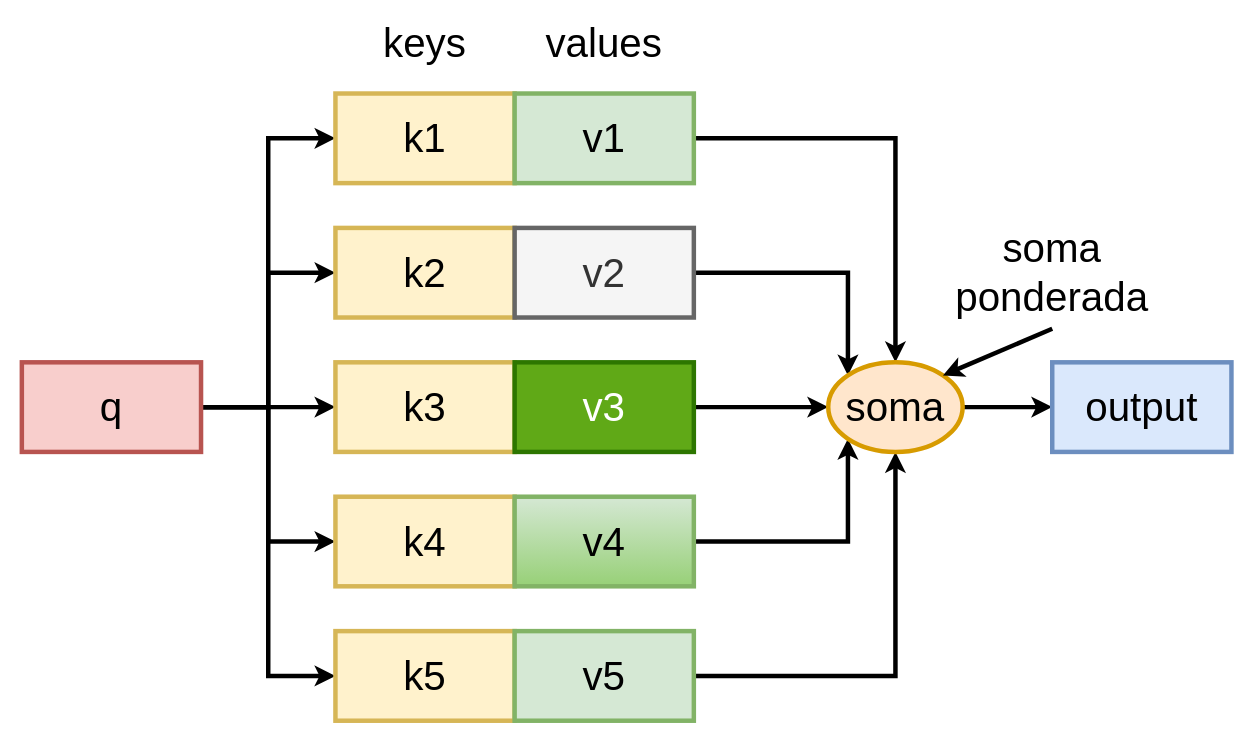
The draw.io diagram attention.drawio in viniciusrpb/drawio_flowcharts, before the edit. Source tidied: cells renumbered, new cells numbered last; positions are measured from the earlier drawing's top-left corner, leaving out a move shared by most shapes. Both pictures are drawn from the tidied source at 112%, with x=0, y=0 at pixel (21, 26).
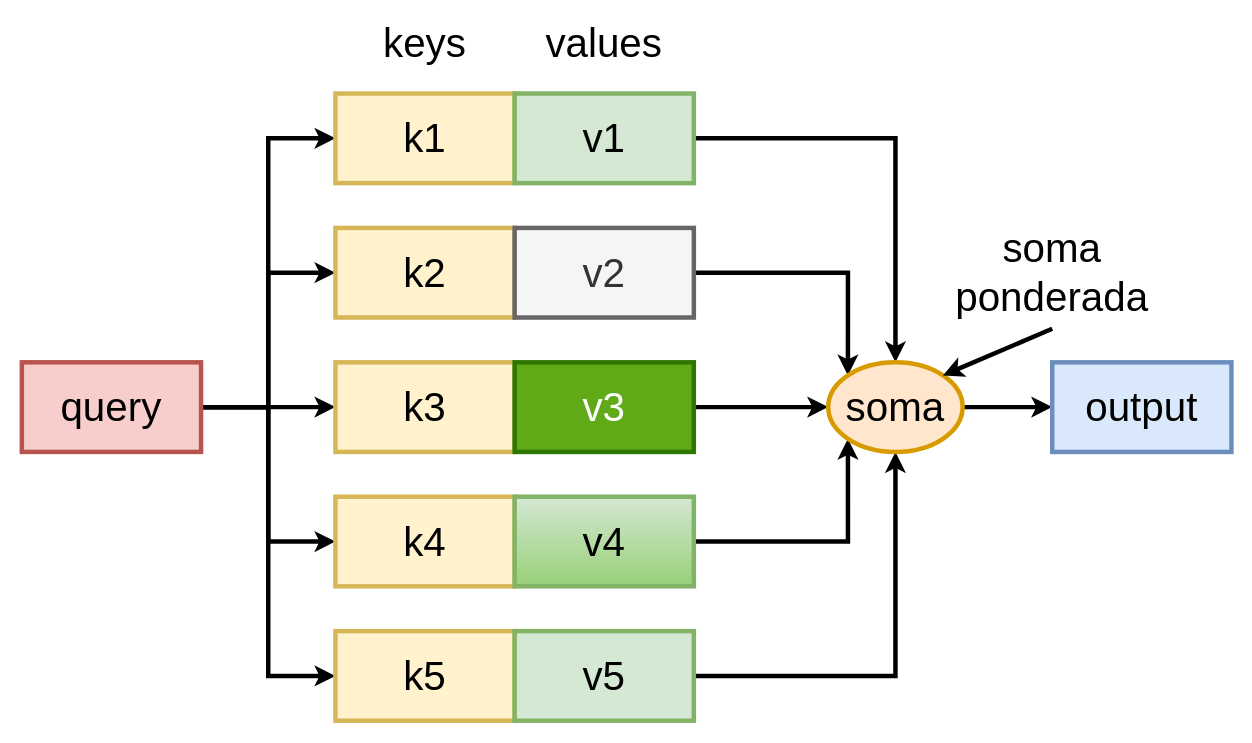
The same page after the edit.

The edit, as a diff of the source:
```diff
@@
-    <mxCell id="7" value="q" style="rounded=0;whiteSpace=wrap;html=1;fontSize=36;strokeWidth=4;fillColor=#f8cecc;strokeColor=#b85450;" parent="1" vertex="1">
+    <mxCell id="7" value="query" style="rounded=0;whiteSpace=wrap;html=1;fontSize=36;strokeWidth=4;fillColor=#f8cecc;strokeColor=#b85450;" parent="1" vertex="1">
       <mxGeometry y="300" width="160" height="80" as="geometry" />
     </mxCell>
```
